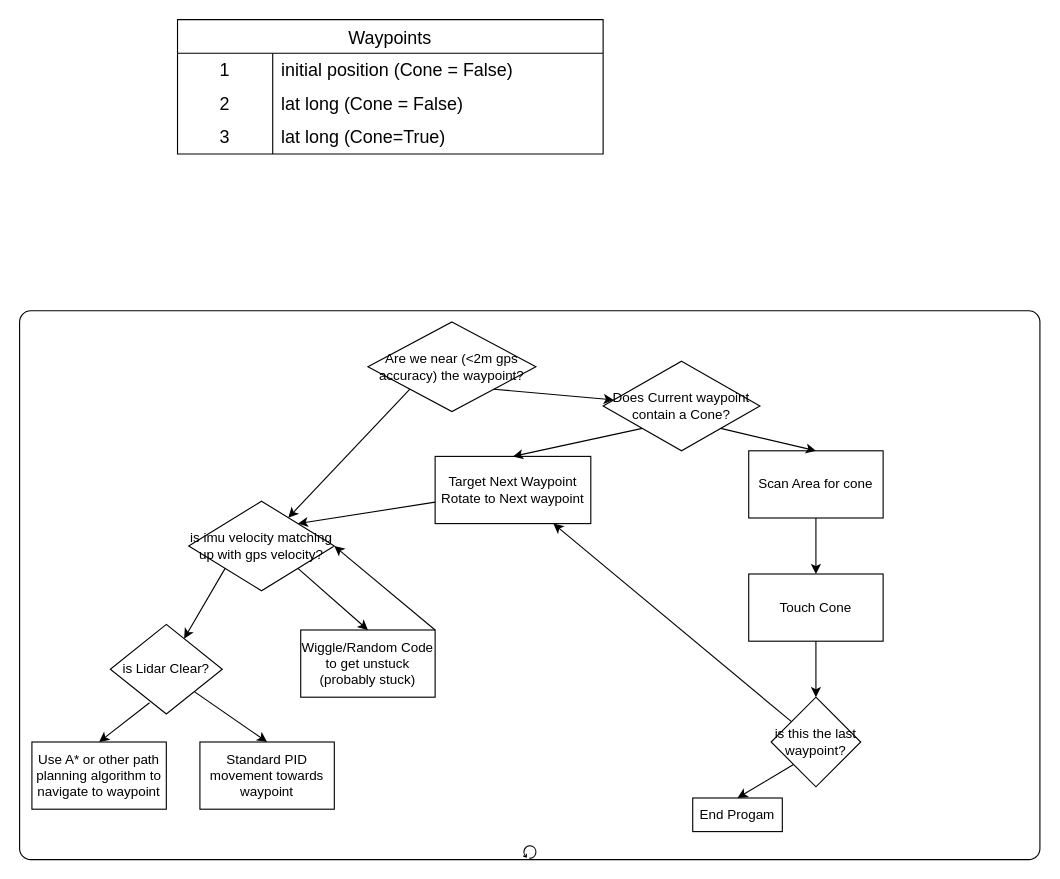
The draw.io diagram behavior_diagram.drawio in Jaster4000a/Robocolumbus2025, before the edit. Source tidied: cells renumbered, new cells numbered last; positions are measured from the earlier drawing's top-left corner, leaving out a move shared by most shapes. Both pictures are drawn from the tidied source at 112%, with x=0, y=0 at pixel (19, 19).
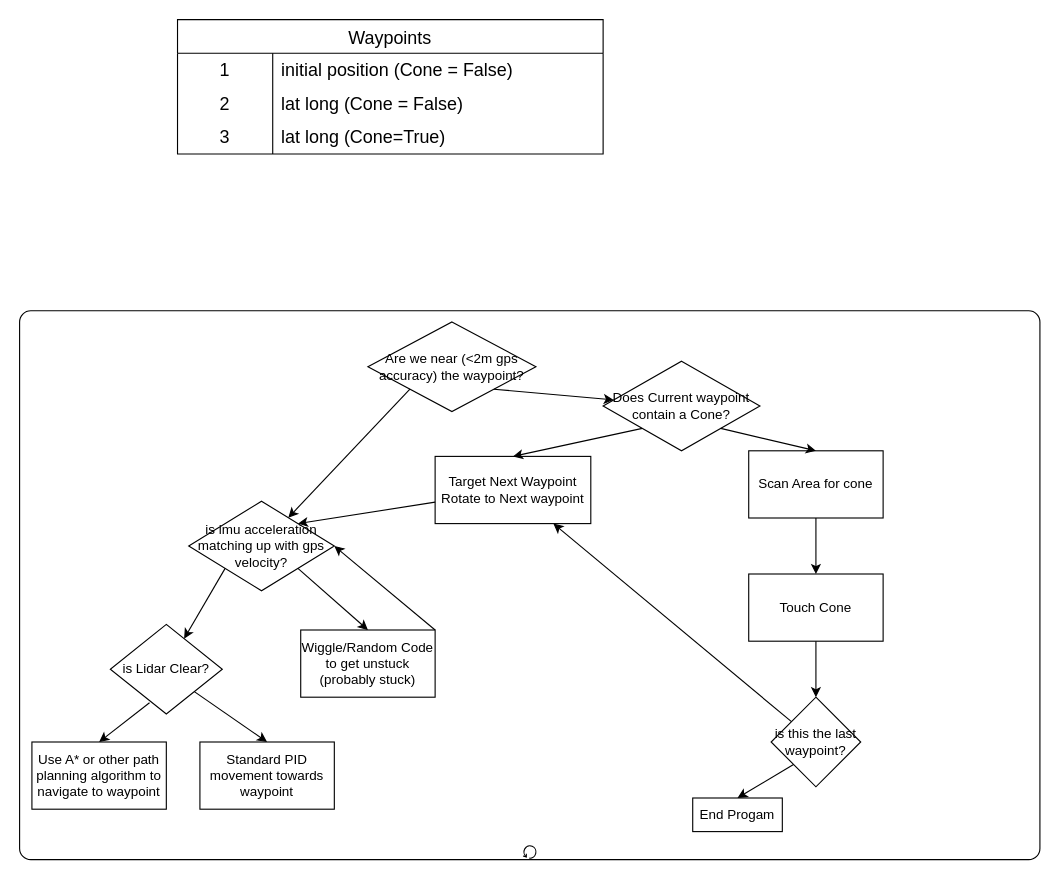
After the change.

The edit, as a diff of the source:
```diff
@@
-    <mxCell id="18" value="is imu velocity matching up with gps velocity?" style="rhombus;whiteSpace=wrap;html=1;" parent="1" vertex="1">
+    <mxCell id="18" value="is imu acceleration matching up with gps velocity?" style="rhombus;whiteSpace=wrap;html=1;" parent="1" vertex="1">
       <mxGeometry x="151" y="430" width="130" height="80" as="geometry" />
     </mxCell>
```
